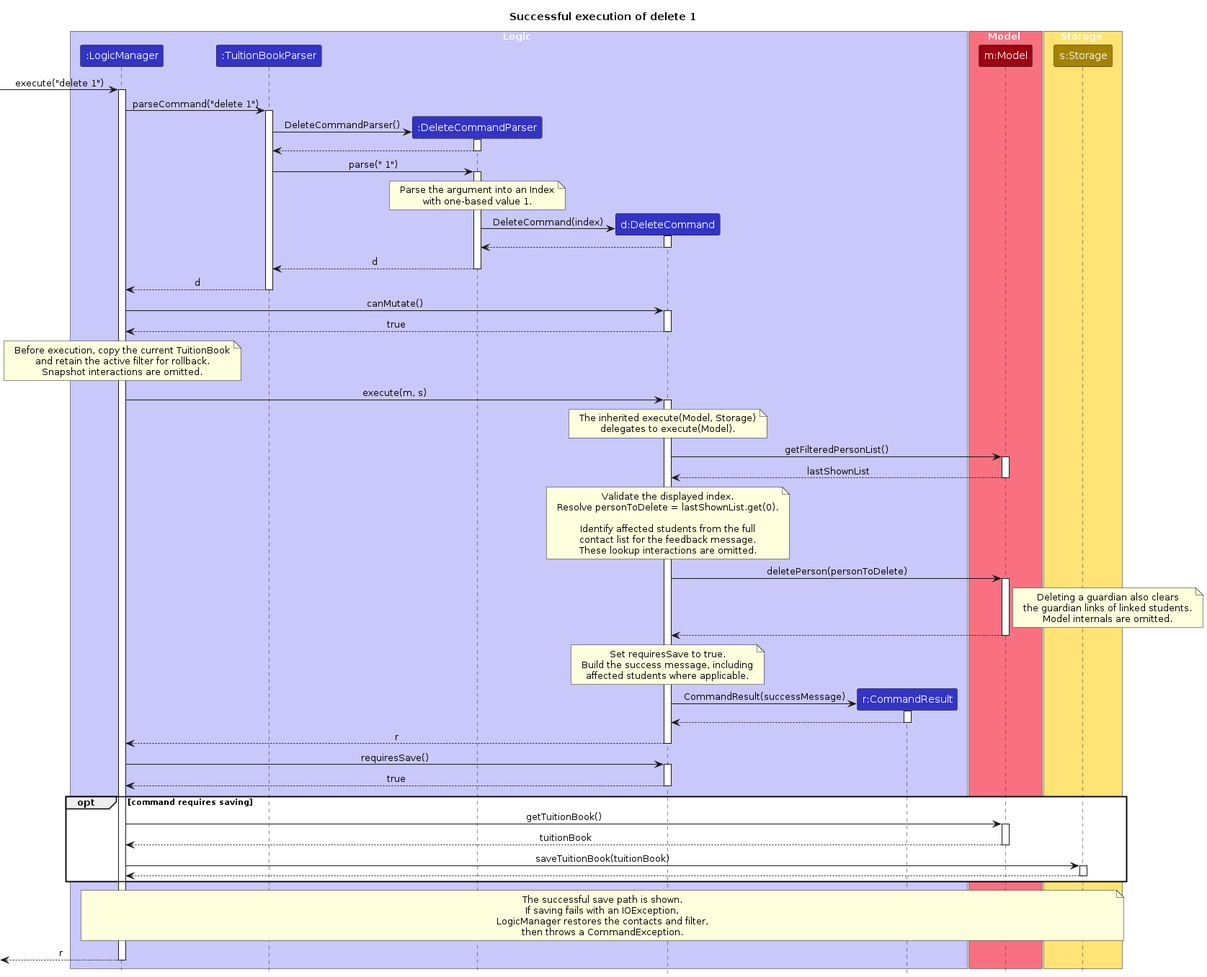
AY2627S1-CS2103T-T16-2/tp keeps this PlantUML diagram as diagrams/DeleteSequenceDiagram.png. Above is the earlier version. Its source is kept beside it as diagrams/DeleteSequenceDiagram.puml.
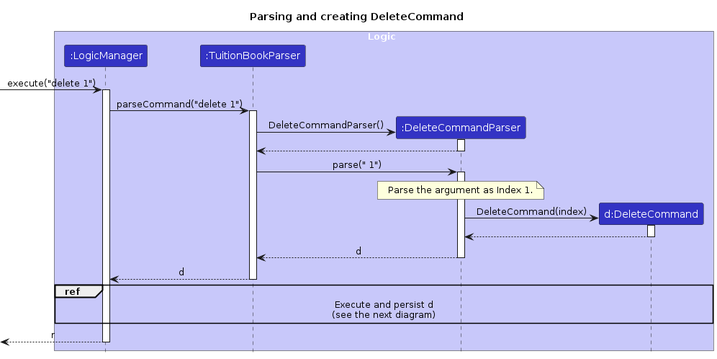
Later version of the same file.

Diff of the diagram source:
```diff
@@ -2,22 +2,13 @@
 !include style.puml
 skinparam ArrowFontStyle plain
 
-title Successful execution of delete 1
+title Parsing and creating DeleteCommand
 
 box Logic LOGIC_COLOR_T1
 participant ":LogicManager" as LogicManager LOGIC_COLOR
 participant ":TuitionBookParser" as TuitionBookParser LOGIC_COLOR
 participant ":DeleteCommandParser" as DeleteCommandParser LOGIC_COLOR
 participant "d:DeleteCommand" as DeleteCommand LOGIC_COLOR
-participant "r:CommandResult" as CommandResult LOGIC_COLOR
-end box
-
-box Model MODEL_COLOR_T1
-participant "m:Model" as Model MODEL_COLOR
-end box
-
-box Storage STORAGE_COLOR_T1
-participant "s:Storage" as Storage STORAGE_COLOR
 end box
 
 [-> LogicManager : execute("delete 1")
@@ -36,8 +27,7 @@
 activate DeleteCommandParser
 
 note over DeleteCommandParser
-Parse the argument into an Index
-with one-based value 1.
+Parse the argument as Index 1.
 end note
 
 create DeleteCommand
@@ -52,89 +42,10 @@
 TuitionBookParser --> LogicManager : d
 deactivate TuitionBookParser
 
-LogicManager -> DeleteCommand : canMutate()
-activate DeleteCommand
-DeleteCommand --> LogicManager : true
-deactivate DeleteCommand
-
-note over LogicManager
-Before execution, copy the current TuitionBook
-and retain the active filter for rollback.
-Snapshot interactions are omitted.
-end note
-
-LogicManager -> DeleteCommand : execute(m, s)
-activate DeleteCommand
-
-note over DeleteCommand
-The inherited execute(Model, Storage)
-delegates to execute(Model).
-end note
-
-DeleteCommand -> Model : getFilteredPersonList()
-activate Model
-Model --> DeleteCommand : lastShownList
-deactivate Model
-
-note over DeleteCommand
-Validate the displayed index.
-Resolve personToDelete = lastShownList.get(0).
-
-Identify affected students from the full
-contact list for the feedback message.
-These lookup interactions are omitted.
-end note
-
-DeleteCommand -> Model : deletePerson(personToDelete)
-activate Model
-
-note right of Model
-Deleting a guardian also clears
-the guardian links of linked students.
-Model internals are omitted.
-end note
-
-Model --> DeleteCommand
-deactivate Model
-
-note over DeleteCommand
-Set requiresSave to true.
-Build the success message, including
-affected students where applicable.
-end note
-
-create CommandResult
-DeleteCommand -> CommandResult : CommandResult(successMessage)
-activate CommandResult
-CommandResult --> DeleteCommand
-deactivate CommandResult
-
-DeleteCommand --> LogicManager : r
-deactivate DeleteCommand
-
-LogicManager -> DeleteCommand : requiresSave()
-activate DeleteCommand
-DeleteCommand --> LogicManager : true
-deactivate DeleteCommand
-
-opt command requires saving
-    LogicManager -> Model : getTuitionBook()
-    activate Model
-    Model --> LogicManager : tuitionBook
-    deactivate Model
-
-    LogicManager -> Storage : saveTuitionBook(tuitionBook)
-    activate Storage
-    Storage --> LogicManager
-    deactivate Storage
-end
-
-note over LogicManager, Storage
-The successful save path is shown.
-If saving fails with an IOException,
-LogicManager restores the contacts and filter,
-then throws a CommandException.
-end note
+ref over LogicManager, DeleteCommand
+Execute and persist d
+(see the next diagram)
+end ref
 
 [<-- LogicManager : r
 deactivate LogicManager
```
